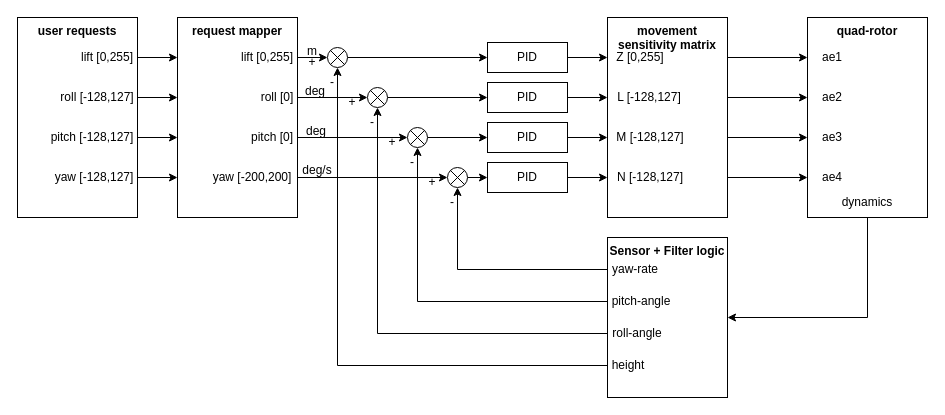
This is yaw_control_diagram.drawio from JanPaulMetz/draw, a draw.io file, before an edit. Source tidied: cells renumbered, new cells numbered last; positions are measured from the earlier drawing's top-left corner, leaving out a move shared by most shapes. Both pictures are drawn from the tidied source at 100%, with x=0, y=0 at pixel (17, 17).
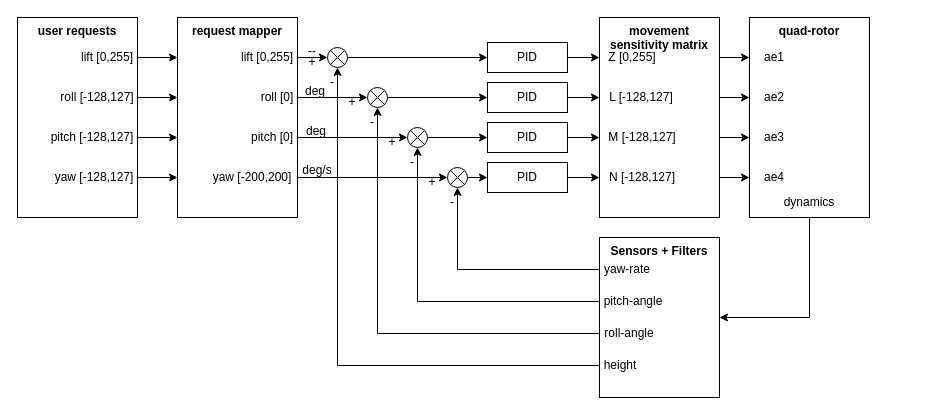
After the change.

Diff of the diagram source:
```diff
@@
     <mxCell id="2" value="&lt;b&gt;movement sensitivity matrix&lt;/b&gt;" style="rounded=0;whiteSpace=wrap;html=1;verticalAlign=top;points=[[0,0,0,0,0],[0,0.2,0,0,0],[0,0.4,0,0,0],[0,0.6,0,0,0],[0,0.8,0,0,0],[0,1,0,0,0],[0.25,0,0,0,0],[0.25,1,0,0,0],[0.5,0,0,0,0],[0.5,1,0,0,0],[0.75,0,0,0,0],[0.75,1,0,0,0],[1,0,0,0,0],[1,0.2,0,0,0],[1,0.4,0,0,0],[1,0.6,0,0,0],[1,0.8,0,0,0],[1,1,0,0,0]];" parent="1" vertex="1">
-      <mxGeometry x="590" width="120" height="200" as="geometry" />
+      <mxGeometry x="582" width="120" height="200" as="geometry" />
     </mxCell>
     <mxCell id="3" value="&lt;b&gt;quad-rotor&lt;/b&gt;" style="rounded=0;whiteSpace=wrap;html=1;verticalAlign=top;points=[[0,0,0,0,0],[0,0.2,0,0,0],[0,0.4,0,0,0],[0,0.6,0,0,0],[0,0.8,0,0,0],[0,1,0,0,0],[0.25,0,0,0,0],[0.25,1,0,0,0],[0.5,0,0,0,0],[0.5,1,0,0,0],[0.75,0,0,0,0],[0.75,1,0,0,0],[1,0,0,0,0],[1,0.2,0,0,0],[1,0.4,0,0,0],[1,0.6,0,0,0],[1,0.8,0,0,0],[1,1,0,0,0]];" parent="1" vertex="1">
-      <mxGeometry x="790" width="120" height="200" as="geometry" />
+      <mxGeometry x="732" width="120" height="200" as="geometry" />
     </mxCell>
@@
     <mxCell id="8" value="ae1" style="text;strokeColor=none;align=center;fillColor=none;html=1;verticalAlign=middle;whiteSpace=wrap;rounded=0;" parent="1" vertex="1">
-      <mxGeometry x="800" y="30" width="30" height="20" as="geometry" />
+      <mxGeometry x="742" y="30" width="30" height="20" as="geometry" />
     </mxCell>
     <mxCell id="9" value="ae2" style="text;strokeColor=none;align=center;fillColor=none;html=1;verticalAlign=middle;whiteSpace=wrap;rounded=0;" parent="1" vertex="1">
-      <mxGeometry x="800" y="70" width="30" height="20" as="geometry" />
+      <mxGeometry x="742" y="70" width="30" height="20" as="geometry" />
     </mxCell>
     <mxCell id="10" value="ae3" style="text;strokeColor=none;align=center;fillColor=none;html=1;verticalAlign=middle;whiteSpace=wrap;rounded=0;" parent="1" vertex="1">
-      <mxGeometry x="800" y="110" width="30" height="20" as="geometry" />
+      <mxGeometry x="742" y="110" width="30" height="20" as="geometry" />
     </mxCell>
     <mxCell id="11" value="ae4" style="text;strokeColor=none;align=center;fillColor=none;html=1;verticalAlign=middle;whiteSpace=wrap;rounded=0;" parent="1" vertex="1">
-      <mxGeometry x="800" y="150" width="30" height="20" as="geometry" />
+      <mxGeometry x="742" y="150" width="30" height="20" as="geometry" />
     </mxCell>
     <mxCell id="12" value="Z  [0,255]" style="text;strokeColor=none;align=center;fillColor=none;html=1;verticalAlign=middle;whiteSpace=wrap;rounded=0;" parent="1" vertex="1">
-      <mxGeometry x="598" y="30" width="50" height="20" as="geometry" />
+      <mxGeometry x="590" y="30" width="50" height="20" as="geometry" />
     </mxCell>
     <mxCell id="13" value="L [-128,127]" style="text;strokeColor=none;align=center;fillColor=none;html=1;verticalAlign=middle;whiteSpace=wrap;rounded=0;" parent="1" vertex="1">
-      <mxGeometry x="597" y="70" width="70" height="20" as="geometry" />
+      <mxGeometry x="589" y="70" width="70" height="20" as="geometry" />
     </mxCell>
     <mxCell id="14" value="M [-128,127]" style="text;strokeColor=none;align=center;fillColor=none;html=1;verticalAlign=middle;whiteSpace=wrap;rounded=0;" parent="1" vertex="1">
-      <mxGeometry x="593" y="110" width="80" height="20" as="geometry" />
+      <mxGeometry x="585" y="110" width="80" height="20" as="geometry" />
     </mxCell>
     <mxCell id="15" value="N [-128,127]" style="text;strokeColor=none;align=center;fillColor=none;html=1;verticalAlign=middle;whiteSpace=wrap;rounded=0;" parent="1" vertex="1">
-      <mxGeometry x="593" y="150" width="80" height="20" as="geometry" />
+      <mxGeometry x="585" y="150" width="80" height="20" as="geometry" />
     </mxCell>
@@
     <mxCell id="18" value="dynamics" style="text;strokeColor=none;align=center;fillColor=none;html=1;verticalAlign=middle;whiteSpace=wrap;rounded=0;" parent="1" vertex="1">
-      <mxGeometry x="835" y="175" width="30" height="20" as="geometry" />
+      <mxGeometry x="777" y="175" width="30" height="20" as="geometry" />
     </mxCell>
@@
-    <mxCell id="51" value="&lt;b&gt;Sensor + Filter logic&lt;br&gt;&lt;/b&gt;" style="rounded=0;whiteSpace=wrap;html=1;verticalAlign=top;points=[[0,0,0,0,0],[0,0.2,0,0,0],[0,0.4,0,0,0],[0,0.6,0,0,0],[0,0.8,0,0,0],[0,1,0,0,0],[0.25,0,0,0,0],[0.25,1,0,0,0],[0.5,0,0,0,0],[0.5,1,0,0,0],[0.75,0,0,0,0],[0.75,1,0,0,0],[1,0,0,0,0],[1,0.2,0,0,0],[1,0.5,0,0,0],[1,0.8,0,0,0],[1,1,0,0,0]];" parent="1" vertex="1">
-      <mxGeometry x="590" y="220" width="120" height="160" as="geometry" />
+    <mxCell id="51" value="&lt;b&gt;Sensors + Filters&lt;br&gt;&lt;/b&gt;" style="rounded=0;whiteSpace=wrap;html=1;verticalAlign=top;points=[[0,0,0,0,0],[0,0.2,0,0,0],[0,0.4,0,0,0],[0,0.6,0,0,0],[0,0.8,0,0,0],[0,1,0,0,0],[0.25,0,0,0,0],[0.25,1,0,0,0],[0.5,0,0,0,0],[0.5,1,0,0,0],[0.75,0,0,0,0],[0.75,1,0,0,0],[1,0,0,0,0],[1,0.2,0,0,0],[1,0.5,0,0,0],[1,0.8,0,0,0],[1,1,0,0,0]];" parent="1" vertex="1">
+      <mxGeometry x="582" y="220" width="120" height="160" as="geometry" />
     </mxCell>
@@
     <mxCell id="57" value="yaw-rate" style="text;strokeColor=none;align=center;fillColor=none;html=1;verticalAlign=middle;whiteSpace=wrap;rounded=0;" parent="1" vertex="1">
-      <mxGeometry x="588" y="242" width="60" height="20" as="geometry" />
+      <mxGeometry x="580" y="242" width="60" height="20" as="geometry" />
     </mxCell>
     <mxCell id="58" value="pitch-angle" style="text;strokeColor=none;align=center;fillColor=none;html=1;verticalAlign=middle;whiteSpace=wrap;rounded=0;" parent="1" vertex="1">
-      <mxGeometry x="589" y="274" width="70" height="20" as="geometry" />
+      <mxGeometry x="581" y="274" width="70" height="20" as="geometry" />
     </mxCell>
     <mxCell id="59" value="roll-angle" style="text;strokeColor=none;align=center;fillColor=none;html=1;verticalAlign=middle;whiteSpace=wrap;rounded=0;" parent="1" vertex="1">
-      <mxGeometry x="590" y="306" width="60" height="20" as="geometry" />
+      <mxGeometry x="582" y="306" width="60" height="20" as="geometry" />
     </mxCell>
     <mxCell id="60" value="height" style="text;strokeColor=none;align=center;fillColor=none;html=1;verticalAlign=middle;whiteSpace=wrap;rounded=0;" parent="1" vertex="1">
-      <mxGeometry x="591" y="338" width="40" height="20" as="geometry" />
+      <mxGeometry x="583" y="338" width="40" height="20" as="geometry" />
     </mxCell>
@@
-    <mxCell id="72" value="m" style="text;strokeColor=none;align=center;fillColor=none;html=1;verticalAlign=middle;whiteSpace=wrap;rounded=0;" parent="1" vertex="1">
+    <mxCell id="72" value="--" style="text;strokeColor=none;align=center;fillColor=none;html=1;verticalAlign=middle;whiteSpace=wrap;rounded=0;" parent="1" vertex="1">
       <mxGeometry x="285" y="25" width="20" height="18" as="geometry" />
     </mxCell>
```
